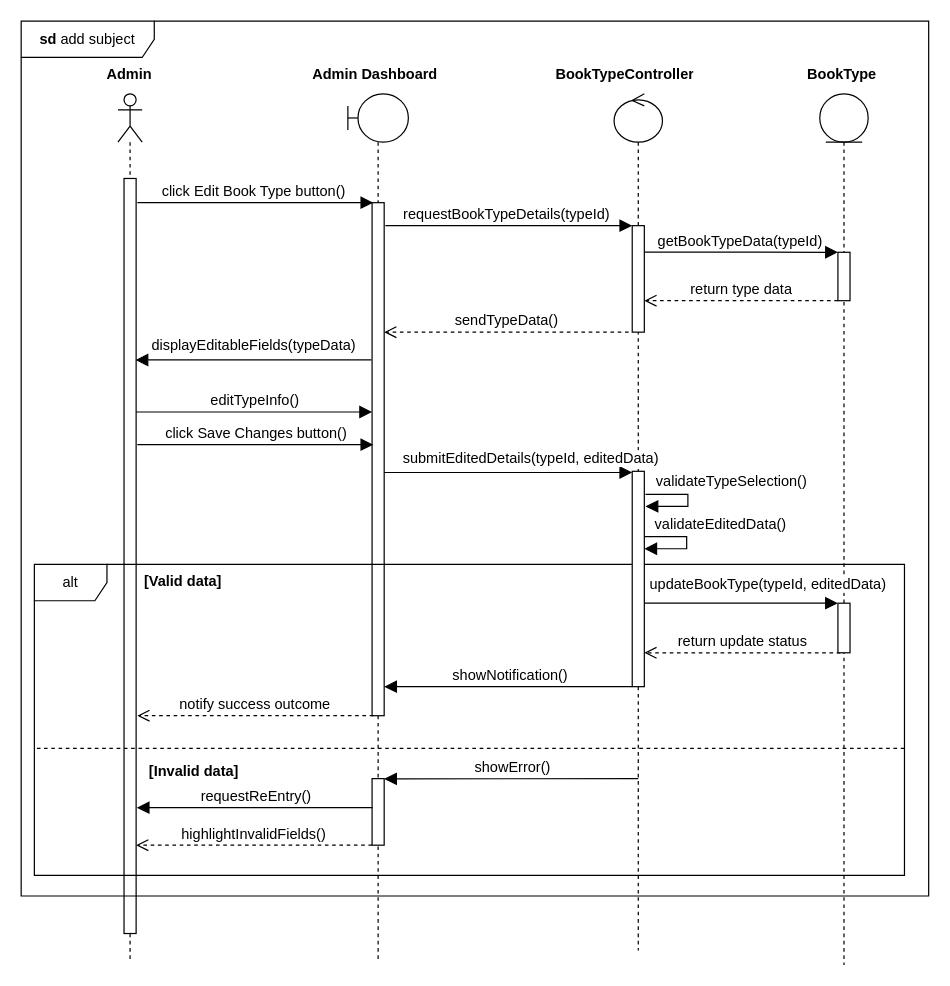
Before: page "Chỉnh sửa Loại sách" (6 of 8) of Biểu đồ không có tiêu đề.drawio in qmy03/Dataset, a draw.io diagram. Source tidied: cells renumbered, new cells numbered last; positions are measured from the earlier drawing's top-left corner, leaving out a move shared by most shapes. Both pictures are drawn from the tidied source at 121%, with x=0, y=0 at pixel (21, 21).
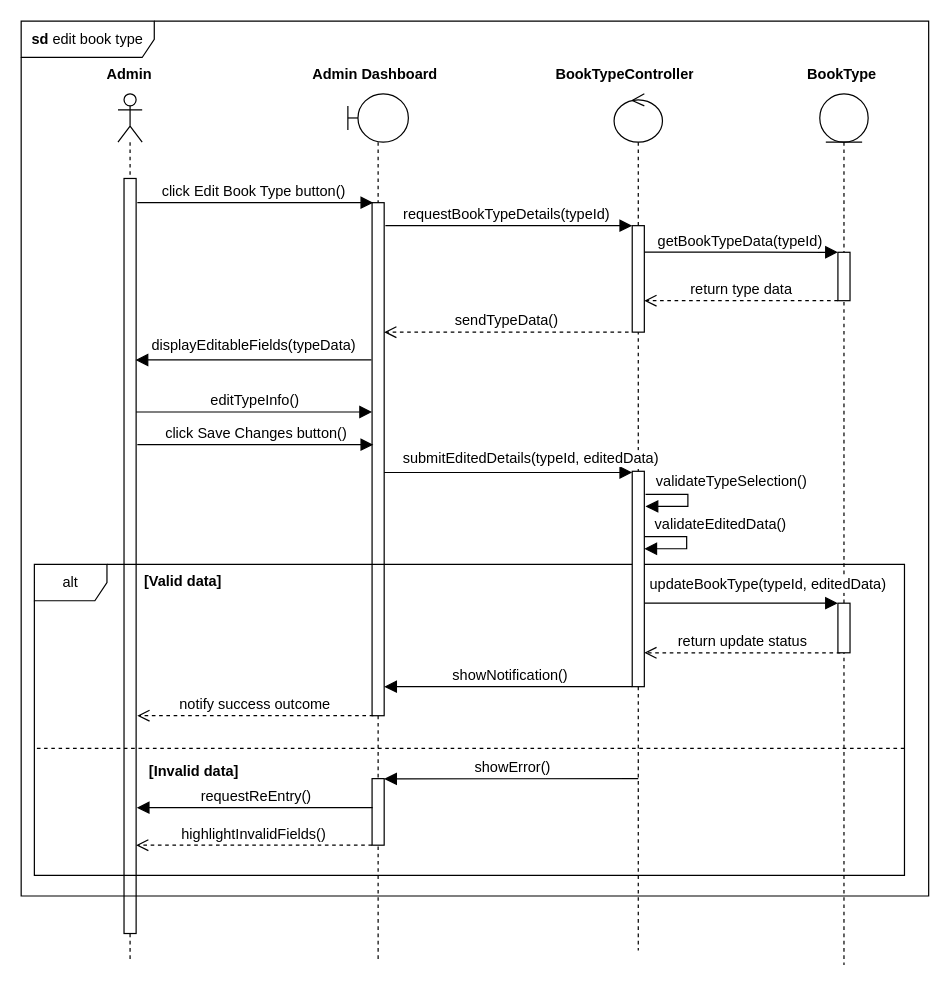
After the change.

Change to the diagram source:
```diff
@@
-    <mxCell id="19" value="&lt;b&gt;sd&lt;/b&gt;&amp;nbsp;add subject" style="shape=umlFrame;whiteSpace=wrap;html=1;width=110;height=30;" parent="1" vertex="1">
+    <mxCell id="19" value="&lt;b&gt;sd&lt;/b&gt;&amp;nbsp;edit book type" style="shape=umlFrame;whiteSpace=wrap;html=1;width=110;height=30;" parent="1" vertex="1">
       <mxGeometry width="750" height="723" as="geometry" />
     </mxCell>
```
